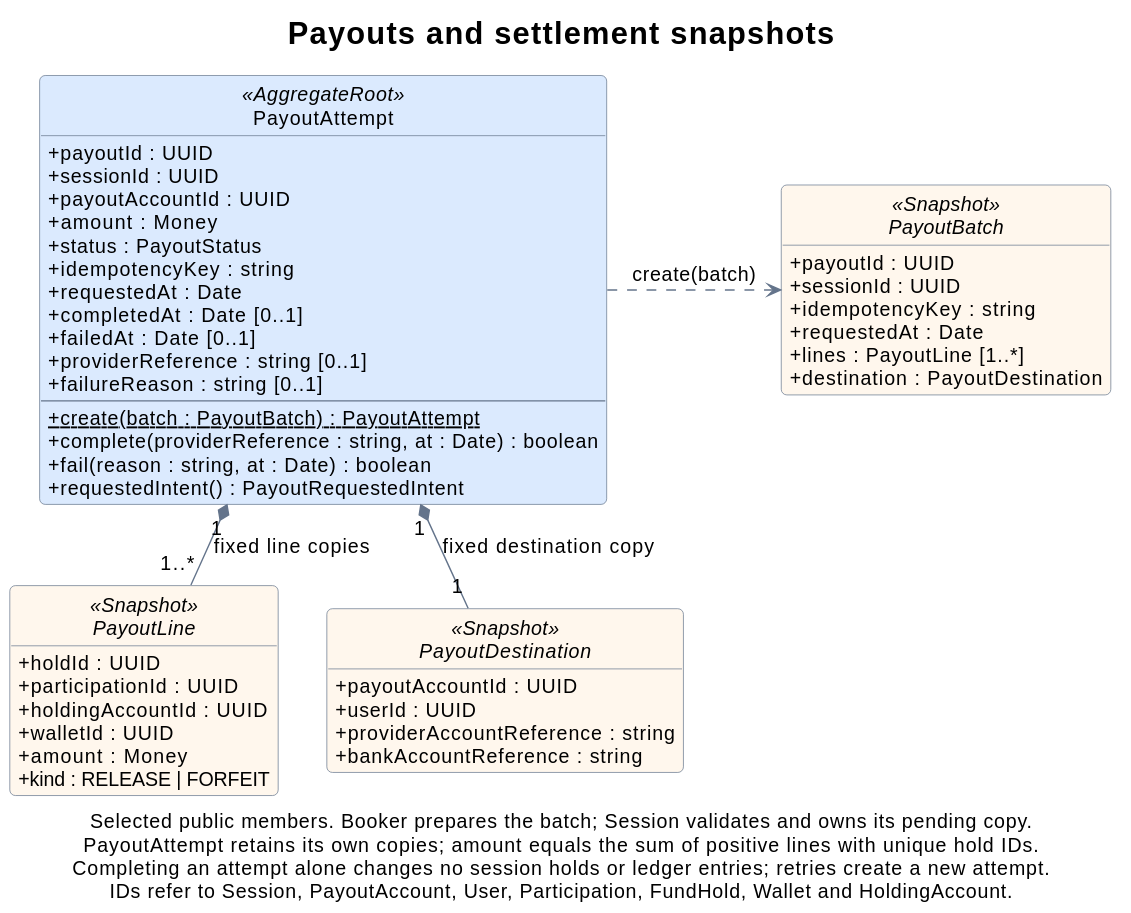
Before: docs/assets/domain-settlement.svg, a diagram exported from PlantUML (liang799/booking-web-manager). Source of this version:
```plantuml
@startuml
title Payouts and settlement snapshots

top to bottom direction
hide empty members
hide circle
skinparam backgroundColor #FFFFFF
skinparam shadowing false
skinparam roundcorner 8
skinparam defaultFontName SansSerif
skinparam defaultFontSize 14
skinparam titleFontSize 22
skinparam ArrowColor #64748B
skinparam classBorderColor #64748B
skinparam classBackgroundColor #FFFFFF
skinparam classBackgroundColor<<AggregateRoot>> #DBEAFE
skinparam classBackgroundColor<<Snapshot>> #FFF7ED
skinparam classAttributeIconSize 0
skinparam linetype polyline
skinparam nodesep 35
skinparam ranksep 40

class PayoutAttempt <<AggregateRoot>> {
  +payoutId : UUID
  +sessionId : UUID
  +payoutAccountId : UUID
  +amount : Money
  +status : PayoutStatus
  +idempotencyKey : string
  +requestedAt : Date
  +completedAt : Date [0..1]
  +failedAt : Date [0..1]
  +providerReference : string [0..1]
  +failureReason : string [0..1]
  --
  {static} +create(batch : PayoutBatch) : PayoutAttempt
  +complete(providerReference : string, at : Date) : boolean
  +fail(reason : string, at : Date) : boolean
  +requestedIntent() : PayoutRequestedIntent
}

interface PayoutBatch <<Snapshot>> {
  +payoutId : UUID
  +sessionId : UUID
  +idempotencyKey : string
  +requestedAt : Date
  +lines : PayoutLine [1..*]
  +destination : PayoutDestination
}

interface PayoutLine <<Snapshot>> {
  +holdId : UUID
  +participationId : UUID
  +holdingAccountId : UUID
  +walletId : UUID
  +amount : Money
  +kind : RELEASE | FORFEIT
}

interface PayoutDestination <<Snapshot>> {
  +payoutAccountId : UUID
  +userId : UUID
  +providerAccountReference : string
  +bankAccountReference : string
}

PayoutAttempt .right.> PayoutBatch : create(batch)
PayoutAttempt "1" *-down- "1..*" PayoutLine : fixed line copies
PayoutAttempt "1" *-down- "1" PayoutDestination : fixed destination copy
PayoutLine -[hidden]right- PayoutDestination

caption Selected public members. Booker prepares the batch; Session validates and owns its pending copy.\nPayoutAttempt retains its own copies; amount equals the sum of positive lines with unique hold IDs.\nCompleting an attempt alone changes no session holds or ledger entries; retries create a new attempt.\nIDs refer to Session, PayoutAccount, User, Participation, FundHold, Wallet and HoldingAccount.
@enduml
```
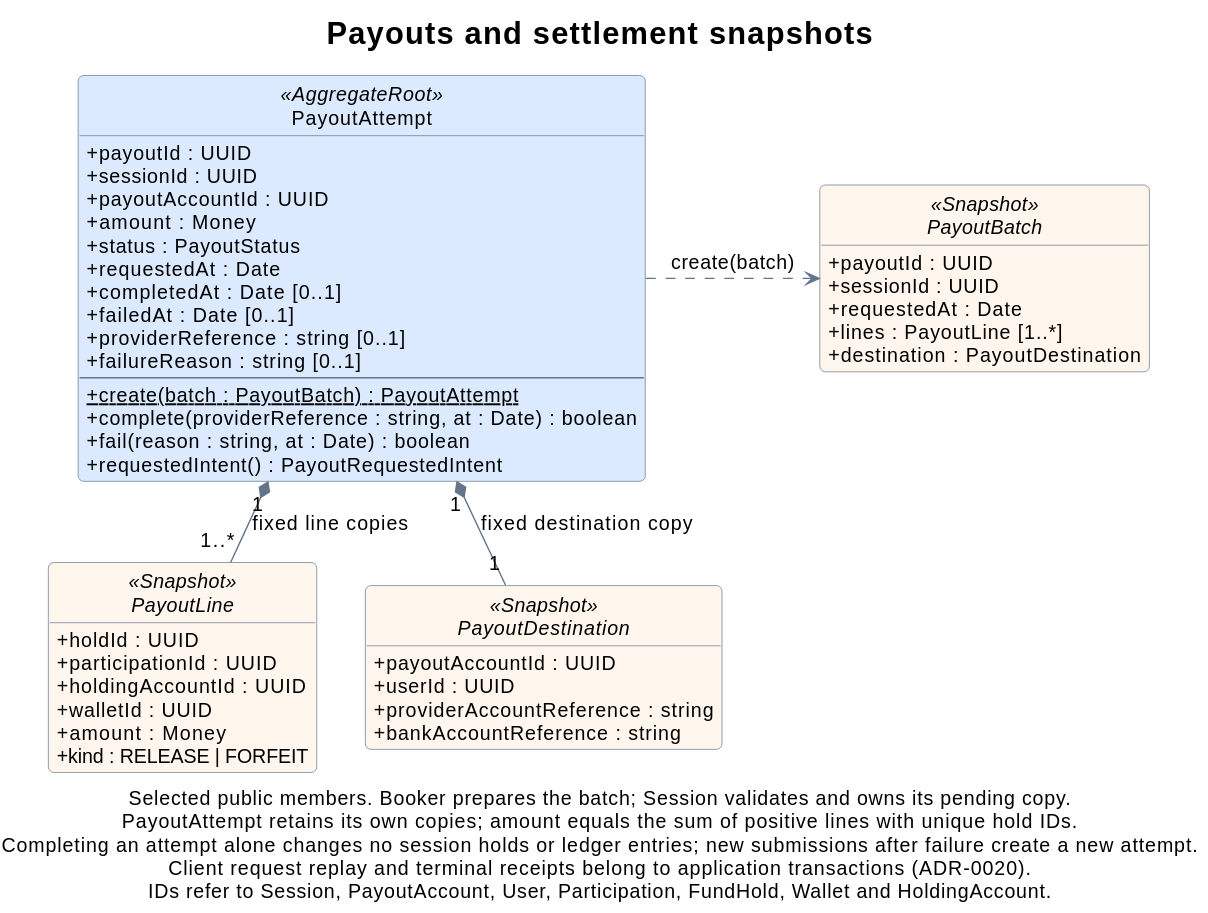
After the commit.

The edit, as a diff of the source:
```diff
@@ -26,7 +26,6 @@
   +payoutAccountId : UUID
   +amount : Money
   +status : PayoutStatus
-  +idempotencyKey : string
   +requestedAt : Date
   +completedAt : Date [0..1]
   +failedAt : Date [0..1]
@@ -42,7 +41,6 @@
 interface PayoutBatch <<Snapshot>> {
   +payoutId : UUID
   +sessionId : UUID
-  +idempotencyKey : string
   +requestedAt : Date
   +lines : PayoutLine [1..*]
   +destination : PayoutDestination
@@ -69,5 +67,5 @@
 PayoutAttempt "1" *-down- "1" PayoutDestination : fixed destination copy
 PayoutLine -[hidden]right- PayoutDestination
 
-caption Selected public members. Booker prepares the batch; Session validates and owns its pending copy.\nPayoutAttempt retains its own copies; amount equals the sum of positive lines with unique hold IDs.\nCompleting an attempt alone changes no session holds or ledger entries; retries create a new attempt.\nIDs refer to Session, PayoutAccount, User, Participation, FundHold, Wallet and HoldingAccount.
+caption Selected public members. Booker prepares the batch; Session validates and owns its pending copy.\nPayoutAttempt retains its own copies; amount equals the sum of positive lines with unique hold IDs.\nCompleting an attempt alone changes no session holds or ledger entries; new submissions after failure create a new attempt.\nClient request replay and terminal receipts belong to application transactions (ADR-0020).\nIDs refer to Session, PayoutAccount, User, Participation, FundHold, Wallet and HoldingAccount.
 @enduml
```
